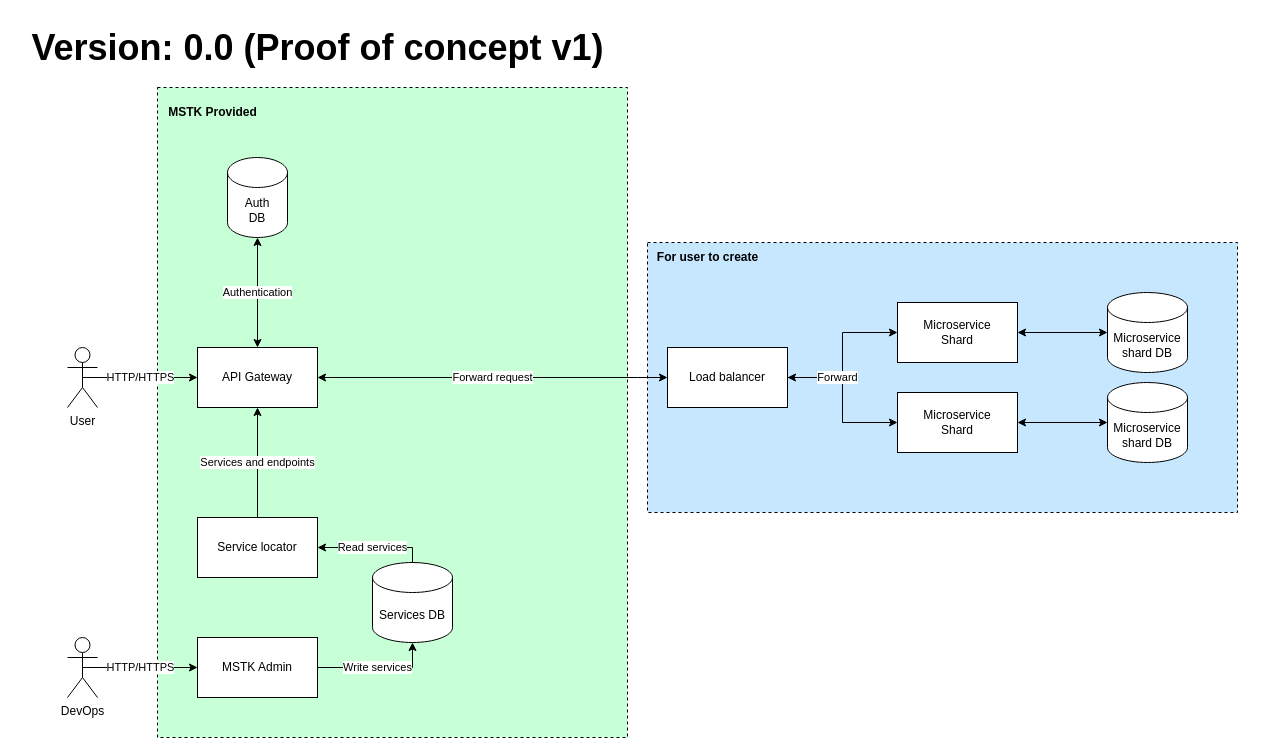
This is design/PoCv1.drawio from nfwGytautas/wdtk-cli, a draw.io file, before an edit. Source tidied: cells renumbered, new cells numbered last; positions are measured from the earlier drawing's top-left corner, leaving out a move shared by most shapes. Both pictures are drawn from the tidied source at 100%, with x=0, y=0 at pixel (17, 17).
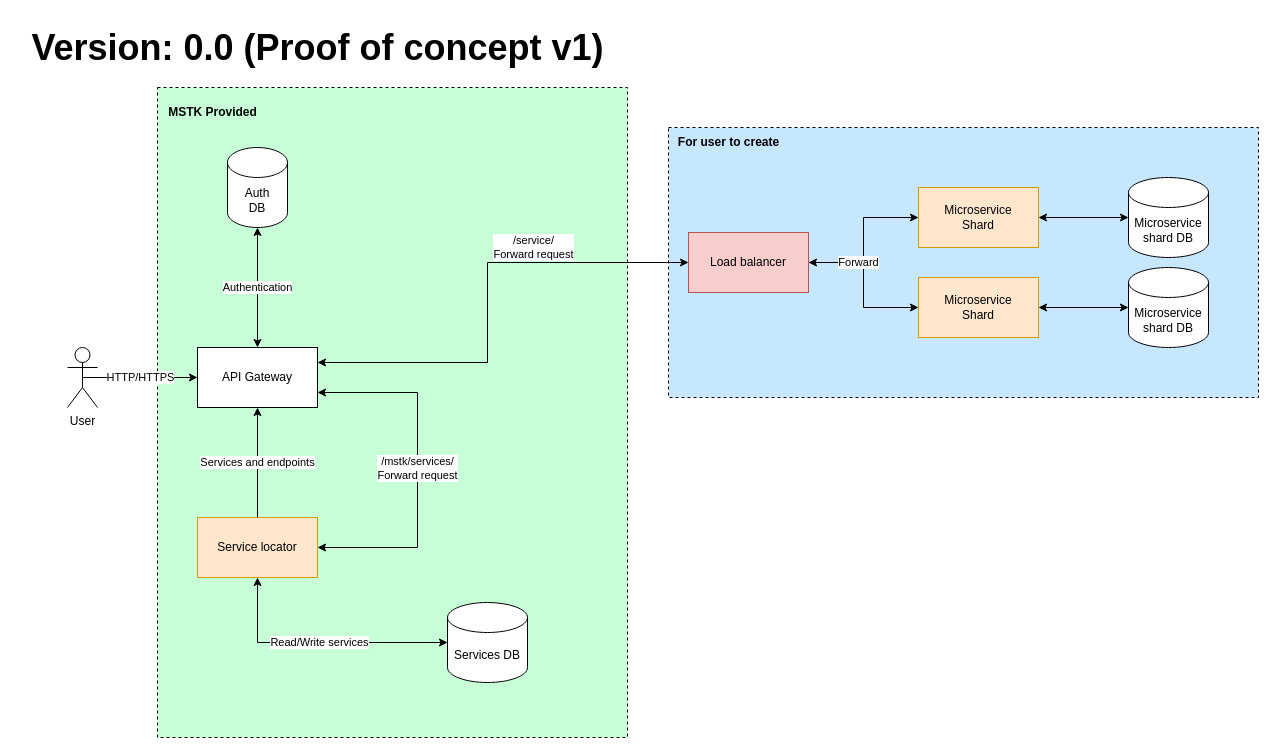
The same diagram, later.

Unchanged cells that the change refers to:
```xml
<mxCell id="8" value="API Gateway" style="whiteSpace=wrap;html=1;verticalAlign=middle;" parent="1" vertex="1">
  <mxGeometry x="180" y="330" width="120" height="60" as="geometry" />
</mxCell>
```

Diff of the diagram source:
```diff
@@
     <mxCell id="2" style="whiteSpace=wrap;html=1;dashed=1;perimeterSpacing=0;strokeWidth=1;fillColor=#c7e7ff;" parent="1" vertex="1">
-      <mxGeometry x="630" y="225" width="590" height="270" as="geometry" />
+      <mxGeometry x="651" y="110" width="590" height="270" as="geometry" />
     </mxCell>
@@
-    <mxCell id="6" value="Forward request" style="edgeStyle=orthogonalEdgeStyle;rounded=0;jettySize=auto;html=1;exitX=1;exitY=0.5;exitDx=0;exitDy=0;entryX=0;entryY=0.5;entryDx=0;entryDy=0;strokeColor=default;startArrow=classic;startFill=1;" parent="1" edge="1" source="8" target="12">
-      <mxGeometry relative="1" as="geometry">
+    <mxCell id="6" value="/service/ &lt;br&gt;Forward request" style="edgeStyle=orthogonalEdgeStyle;rounded=0;jettySize=auto;html=1;entryX=0;entryY=0.5;entryDx=0;entryDy=0;strokeColor=default;startArrow=classic;startFill=1;exitX=1;exitY=0.25;exitDx=0;exitDy=0;" parent="1" edge="1" source="8" target="12">
+      <mxGeometry x="0.34" y="15" relative="1" as="geometry">
         <Array as="points">
-          <mxPoint x="620" y="360" />
-          <mxPoint x="620" y="360" />
+          <mxPoint x="470" y="345" />
+          <mxPoint x="470" y="245" />
         </Array>
       </mxGeometry>
     </mxCell>
@@
+    <mxCell id="30" value="/mstk/services/&lt;br&gt;Forward request" style="edgeStyle=orthogonalEdgeStyle;rounded=0;jettySize=auto;html=1;exitX=1;exitY=0.75;exitDx=0;exitDy=0;entryX=1;entryY=0.5;entryDx=0;entryDy=0;startArrow=classic;startFill=1;" parent="1" edge="1" source="8" target="9">
+      <mxGeometry x="-0.01" relative="1" as="geometry">
+        <Array as="points">
+          <mxPoint x="400" y="375" />
+          <mxPoint x="400" y="530" />
+        </Array>
+      </mxGeometry>
+    </mxCell>
@@
-    <mxCell id="9" value="Service locator" style="rounded=0;whiteSpace=wrap;html=1;" parent="1" vertex="1">
+    <mxCell id="9" value="Service locator" style="rounded=0;whiteSpace=wrap;html=1;fillColor=#ffe6cc;strokeColor=#d79b00;" parent="1" vertex="1">
       <mxGeometry x="180" y="500" width="120" height="60" as="geometry" />
     </mxCell>
@@
-    <mxCell id="12" value="Load balancer" style="rounded=0;whiteSpace=wrap;html=1;" parent="1" vertex="1">
-      <mxGeometry x="650" y="330" width="120" height="60" as="geometry" />
+    <mxCell id="12" value="Load balancer" style="rounded=0;whiteSpace=wrap;html=1;fillColor=#f8cecc;strokeColor=#b85450;" parent="1" vertex="1">
+      <mxGeometry x="671" y="215" width="120" height="60" as="geometry" />
     </mxCell>
-    <mxCell id="13" value="Microservice&lt;br&gt;Shard" style="whiteSpace=wrap;html=1;rounded=0;" parent="1" vertex="1">
-      <mxGeometry x="880" y="375" width="120" height="60" as="geometry" />
+    <mxCell id="13" value="Microservice&lt;br&gt;Shard" style="whiteSpace=wrap;html=1;rounded=0;fillColor=#ffe6cc;strokeColor=#d79b00;" parent="1" vertex="1">
+      <mxGeometry x="901" y="260" width="120" height="60" as="geometry" />
     </mxCell>
     <mxCell id="14" value="Services DB" style="shape=cylinder3;whiteSpace=wrap;html=1;boundedLbl=1;backgroundOutline=1;size=15;" parent="1" vertex="1">
-      <mxGeometry x="355" y="545" width="80" height="80" as="geometry" />
+      <mxGeometry x="430" y="585" width="80" height="80" as="geometry" />
     </mxCell>
-    <mxCell id="15" value="Read services" style="endArrow=classic;startArrow=none;html=1;rounded=0;entryX=1;entryY=0.5;entryDx=0;entryDy=0;exitX=0.5;exitY=0;exitDx=0;exitDy=0;exitPerimeter=0;startFill=0;" parent="1" edge="1" source="14" target="9">
+    <mxCell id="15" value="Read/Write services" style="endArrow=classic;startArrow=classic;html=1;rounded=0;entryX=0.5;entryY=1;entryDx=0;entryDy=0;exitX=0;exitY=0.5;exitDx=0;exitDy=0;exitPerimeter=0;startFill=1;" parent="1" edge="1" source="14" target="9">
       <mxGeometry relative="1" as="geometry">
         <Array as="points">
-          <mxPoint x="395" y="530" />
+          <mxPoint x="240" y="625" />
         </Array>
       </mxGeometry>
     </mxCell>
@@
     <mxCell id="17" value="Microservice shard DB" style="shape=cylinder3;whiteSpace=wrap;html=1;boundedLbl=1;backgroundOutline=1;size=15;" parent="1" vertex="1">
-      <mxGeometry x="1090" y="365" width="80" height="80" as="geometry" />
+      <mxGeometry x="1111" y="250" width="80" height="80" as="geometry" />
     </mxCell>
@@
-    <mxCell id="19" value="Microservice&lt;br&gt;Shard" style="whiteSpace=wrap;html=1;rounded=0;" parent="1" vertex="1">
-      <mxGeometry x="880" y="285" width="120" height="60" as="geometry" />
+    <mxCell id="19" value="Microservice&lt;br&gt;Shard" style="whiteSpace=wrap;html=1;rounded=0;fillColor=#ffe6cc;strokeColor=#d79b00;" parent="1" vertex="1">
+      <mxGeometry x="901" y="170" width="120" height="60" as="geometry" />
     </mxCell>
     <mxCell id="20" value="Microservice shard DB" style="shape=cylinder3;whiteSpace=wrap;html=1;boundedLbl=1;backgroundOutline=1;size=15;" parent="1" vertex="1">
-      <mxGeometry x="1090" y="275" width="80" height="80" as="geometry" />
+      <mxGeometry x="1111" y="160" width="80" height="80" as="geometry" />
     </mxCell>
@@
     <mxCell id="22" value="Auth&lt;br&gt;DB" style="shape=cylinder3;whiteSpace=wrap;html=1;boundedLbl=1;backgroundOutline=1;size=15;" parent="1" vertex="1">
-      <mxGeometry x="210" y="140" width="60" height="80" as="geometry" />
+      <mxGeometry x="210" y="130" width="60" height="80" as="geometry" />
     </mxCell>
@@
     <mxCell id="24" value="For user to create&lt;br&gt;" style="text;html=1;align=center;verticalAlign=middle;strokeColor=none;fillColor=none;fontStyle=1;" parent="1" vertex="1">
-      <mxGeometry x="630" y="225" width="120" height="30" as="geometry" />
+      <mxGeometry x="651" y="110" width="120" height="30" as="geometry" />
     </mxCell>
@@
-    <mxCell id="26" value="Write services" style="edgeStyle=orthogonalEdgeStyle;rounded=0;jettySize=auto;html=1;exitX=1;exitY=0.5;exitDx=0;exitDy=0;entryX=0.5;entryY=1;entryDx=0;entryDy=0;entryPerimeter=0;startArrow=none;startFill=0;" parent="1" edge="1" source="27" target="14">
-      <mxGeometry relative="1" as="geometry" />
-    </mxCell>
-    <mxCell id="27" value="MSTK Admin" style="rounded=0;whiteSpace=wrap;html=1;" parent="1" vertex="1">
-      <mxGeometry x="180" y="620" width="120" height="60" as="geometry" />
-    </mxCell>
-    <mxCell id="28" value="HTTP/HTTPS" style="edgeStyle=orthogonalEdgeStyle;rounded=0;jettySize=auto;html=1;entryX=0;entryY=0.5;entryDx=0;entryDy=0;startArrow=none;startFill=0;exitX=0.5;exitY=0.5;exitDx=0;exitDy=0;exitPerimeter=0;" parent="1" edge="1" source="29" target="27">
-      <mxGeometry relative="1" as="geometry">
-        <Array as="points">
-          <mxPoint x="100" y="650" />
-          <mxPoint x="100" y="650" />
-        </Array>
-      </mxGeometry>
-    </mxCell>
-    <mxCell id="29" value="DevOps" style="shape=umlActor;verticalLabelPosition=bottom;verticalAlign=top;html=1;outlineConnect=0;" parent="1" vertex="1">
-      <mxGeometry x="50" y="620" width="30" height="60" as="geometry" />
-    </mxCell>
```
